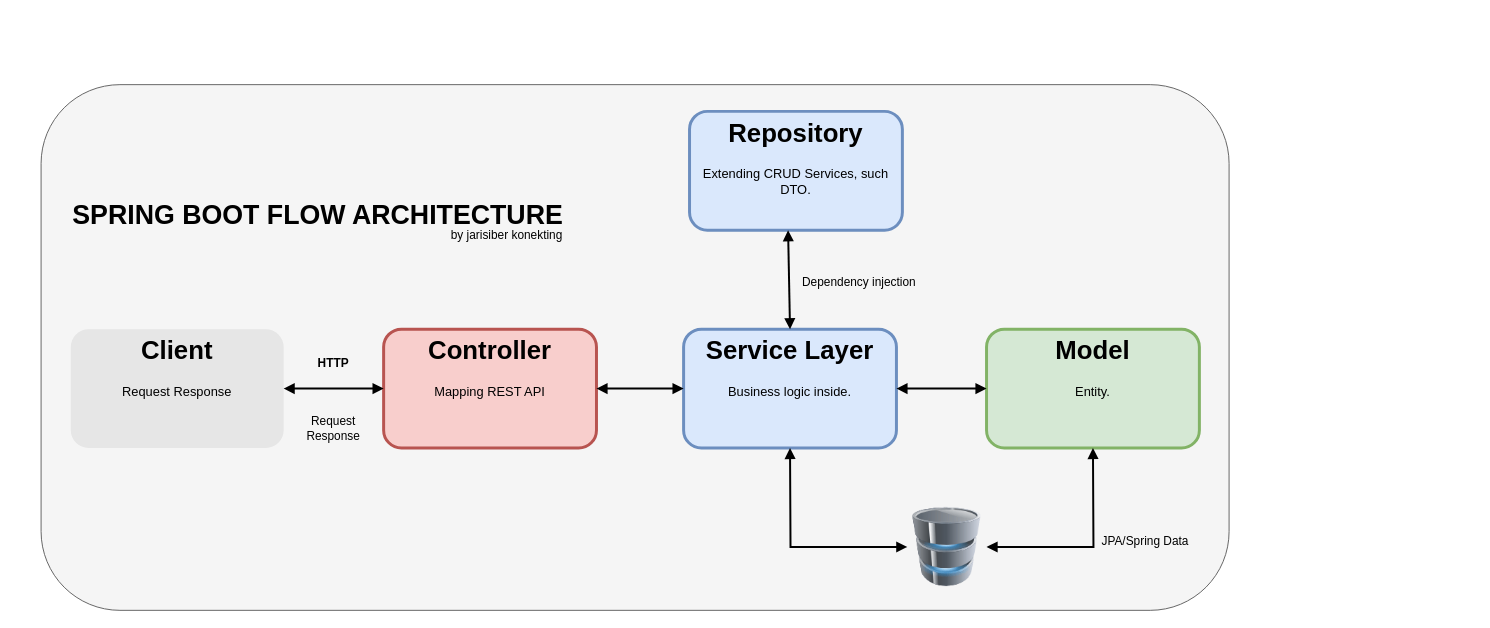
Before: RestAPIArchitecture/Spring Boot Flow Architecture.drawio in jarisiber/Flow-architecture, a draw.io diagram. Source tidied: cells renumbered, new cells numbered last; positions are measured from the earlier drawing's top-left corner, leaving out a move shared by most shapes. Both pictures are drawn from the tidied source at 99%, with x=0, y=0 at pixel (41, 84).
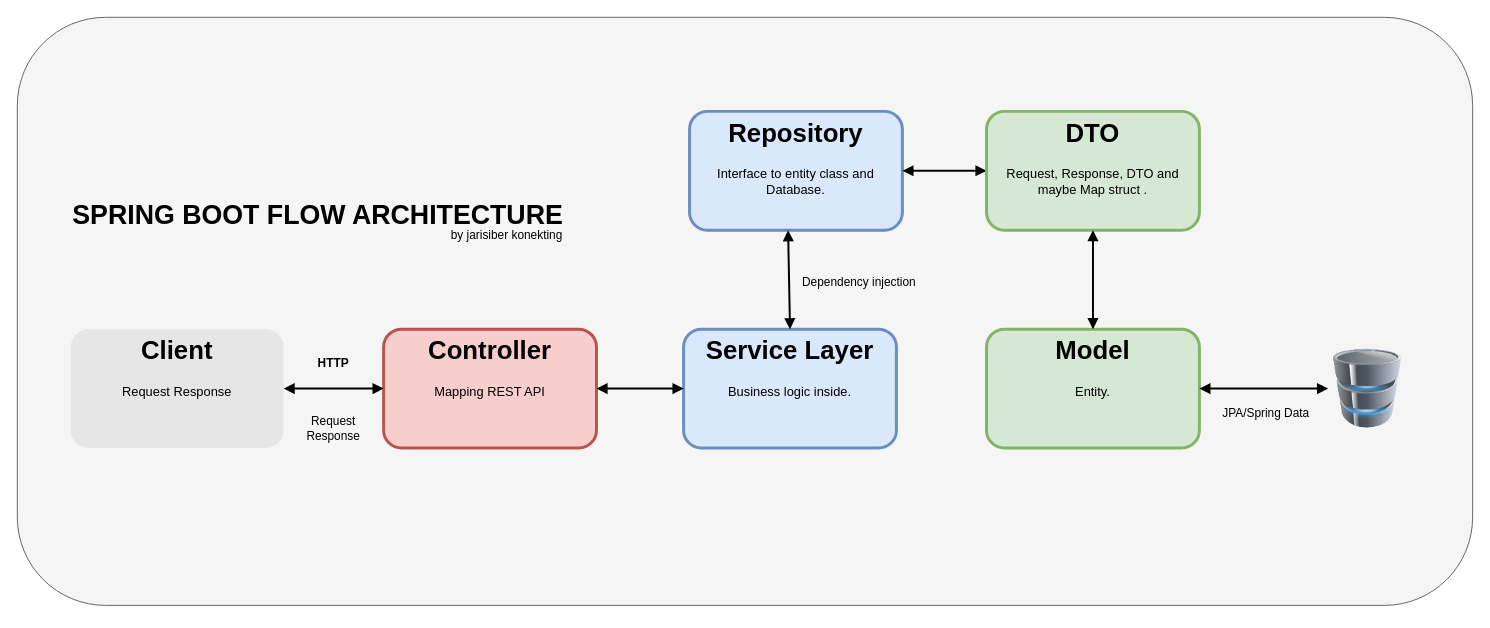
The same diagram, later.

The change refers to these unchanged cells:
```xml
<mxCell id="5" value="&lt;h1&gt;Service Layer&lt;/h1&gt;&lt;p&gt;Business logic inside.&lt;/p&gt;" style="text;html=1;spacing=5;spacingTop=-20;whiteSpace=wrap;overflow=hidden;strokeColor=#6c8ebf;strokeWidth=3;fillColor=#dae8fc;fontSize=13;align=center;rounded=1;" parent="1" vertex="1">
  <mxGeometry x="649" y="247" width="215" height="120" as="geometry" />
</mxCell>
<mxCell id="8" value="&lt;h1&gt;Model&lt;/h1&gt;&lt;p&gt;Entity.&lt;/p&gt;" style="text;html=1;spacing=5;spacingTop=-20;whiteSpace=wrap;overflow=hidden;strokeColor=#82b366;strokeWidth=3;fillColor=#d5e8d4;fontSize=13;align=center;rounded=1;" parent="1" vertex="1">
  <mxGeometry x="955" y="247" width="215" height="120" as="geometry" />
</mxCell>
```

Diff of the diagram source:
```diff
@@
     <mxCell id="2" style="rounded=1;whiteSpace=wrap;html=1;fillColor=#f5f5f5;fontColor=#333333;strokeColor=#666666;" parent="1" vertex="1">
-      <mxGeometry width="1200" height="531" as="geometry" />
+      <mxGeometry x="-24" y="-68" width="1470" height="594" as="geometry" />
     </mxCell>
@@
     <mxCell id="7" style="image;html=1;image=img/lib/clip_art/computers/Database_128x128.png;" parent="1" vertex="1">
-      <mxGeometry x="875" y="427" width="80" height="80" as="geometry" />
+      <mxGeometry x="1300" y="267" width="80" height="80" as="geometry" />
     </mxCell>
@@
-    <mxCell id="11" value="&lt;h1&gt;Repository&lt;/h1&gt;&lt;p&gt;Extending CRUD Services, such DTO.&lt;/p&gt;" style="text;html=1;spacing=5;spacingTop=-20;whiteSpace=wrap;overflow=hidden;strokeColor=#6c8ebf;strokeWidth=3;fillColor=#dae8fc;fontSize=13;align=center;rounded=1;" parent="1" vertex="1">
+    <mxCell id="11" value="&lt;h1&gt;Repository&lt;/h1&gt;&lt;p&gt;Interface to entity class and Database.&lt;/p&gt;" style="text;html=1;spacing=5;spacingTop=-20;whiteSpace=wrap;overflow=hidden;strokeColor=#6c8ebf;strokeWidth=3;fillColor=#dae8fc;fontSize=13;align=center;rounded=1;" parent="1" vertex="1">
       <mxGeometry x="655" y="27" width="215" height="120" as="geometry" />
     </mxCell>
@@
-    <mxCell id="13" style="endArrow=block;startArrow=block;endFill=1;startFill=1;html=1;rounded=0;strokeWidth=2;exitX=1;exitY=0.5;exitDx=0;exitDy=0;entryX=0;entryY=0.5;entryDx=0;entryDy=0;" parent="1" edge="1" source="5" target="8">
+    <mxCell id="13" style="endArrow=block;startArrow=block;endFill=1;startFill=1;html=1;rounded=0;strokeWidth=2;exitX=1;exitY=0.5;exitDx=0;exitDy=0;entryX=0;entryY=0.5;entryDx=0;entryDy=0;" parent="1" edge="1" source="11" target="21">
       <mxGeometry relative="1" as="geometry" />
     </mxCell>
-    <mxCell id="14" style="endArrow=block;startArrow=block;endFill=1;startFill=1;html=1;rounded=0;strokeWidth=2;entryX=0.5;entryY=1;entryDx=0;entryDy=0;exitX=1;exitY=0.5;exitDx=0;exitDy=0;" parent="1" edge="1" source="7" target="8">
-      <mxGeometry relative="1" as="geometry">
-        <Array as="points">
-          <mxPoint x="1063" y="467" />
-        </Array>
-      </mxGeometry>
+    <mxCell id="14" style="endArrow=block;startArrow=block;endFill=1;startFill=1;html=1;rounded=0;strokeWidth=2;entryX=1;entryY=0.5;entryDx=0;entryDy=0;exitX=0;exitY=0.5;exitDx=0;exitDy=0;" parent="1" edge="1" source="7" target="8">
+      <mxGeometry relative="1" as="geometry" />
     </mxCell>
@@
     <mxCell id="16" value="JPA/Spring Data" style="text;html=1;align=center;verticalAlign=middle;strokeColor=none;fillColor=none;" parent="1" vertex="1">
-      <mxGeometry x="1060" y="447" width="110" height="30" as="geometry" />
+      <mxGeometry x="1182" y="317" width="110" height="30" as="geometry" />
     </mxCell>
-    <mxCell id="17" style="endArrow=block;startArrow=block;endFill=1;startFill=1;html=1;rounded=0;strokeWidth=2;exitX=0.5;exitY=1;exitDx=0;exitDy=0;" parent="1" edge="1" source="5" target="7">
-      <mxGeometry relative="1" as="geometry">
-        <Array as="points">
-          <mxPoint x="757" y="467" />
-        </Array>
-      </mxGeometry>
-    </mxCell>
@@
+    <mxCell id="21" value="&lt;h1&gt;DTO&lt;/h1&gt;&lt;p&gt;Request, Response, DTO and maybe Map struct .&lt;/p&gt;" style="text;html=1;spacing=5;spacingTop=-20;whiteSpace=wrap;overflow=hidden;strokeColor=#82b366;strokeWidth=3;fillColor=#d5e8d4;fontSize=13;align=center;rounded=1;" parent="1" vertex="1">
+      <mxGeometry x="955" y="27" width="215" height="120" as="geometry" />
+    </mxCell>
+    <mxCell id="22" style="endArrow=block;startArrow=block;endFill=1;startFill=1;html=1;rounded=0;strokeWidth=2;exitX=0.5;exitY=1;exitDx=0;exitDy=0;entryX=0.5;entryY=0;entryDx=0;entryDy=0;" parent="1" edge="1" source="21" target="8">
+      <mxGeometry relative="1" as="geometry" />
+    </mxCell>
```
